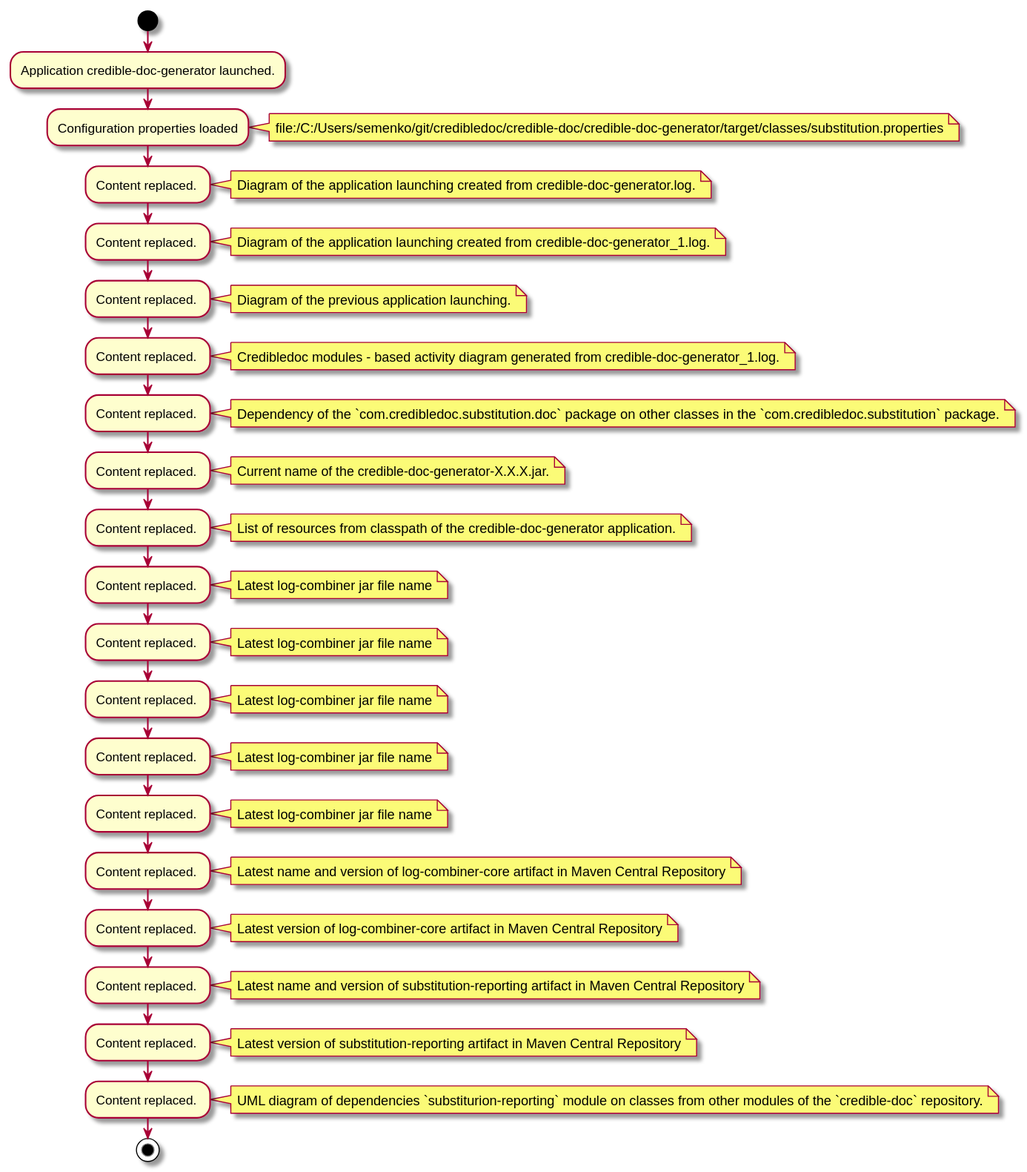
credibledoc/credible-doc keeps this PlantUML diagram as credible-doc-generator/doc/img/diagrams.md_2.svg. Above is the earlier version.
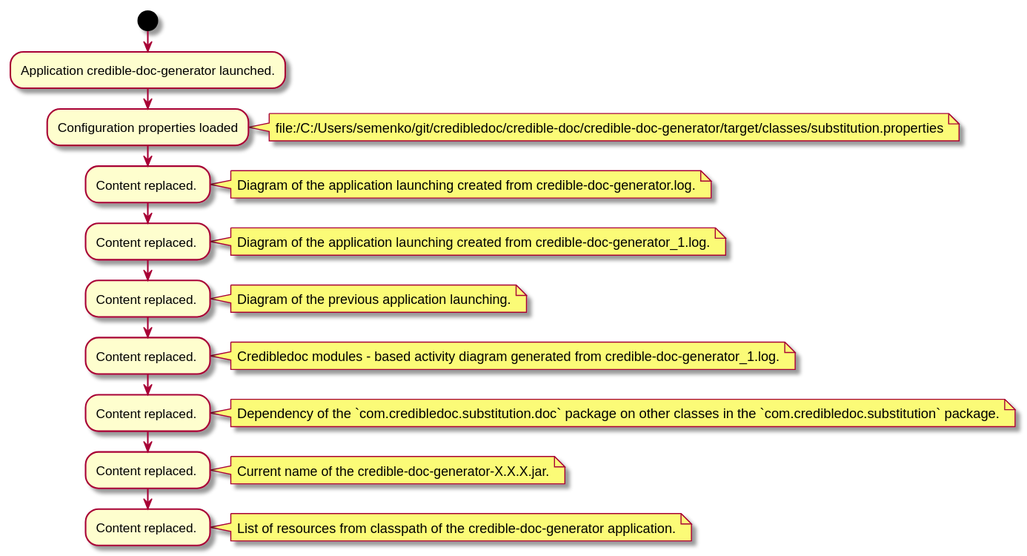
After the change.

What changed in the source:
```diff
@@ -42,56 +42,4 @@
 List of resources from classpath of the credible-doc-generator application.
 end note
 
-:Content replaced. ;
-note right
-Latest log-combiner jar file name
-end note
-
-:Content replaced. ;
-note right
-Latest log-combiner jar file name
-end note
-
-:Content replaced. ;
-note right
-Latest log-combiner jar file name
-end note
-
-:Content replaced. ;
-note right
-Latest log-combiner jar file name
-end note
-
-:Content replaced. ;
-note right
-Latest log-combiner jar file name
-end note
-
-:Content replaced. ;
-note right
-Latest name and version of log-combiner-core artifact in Maven Central Repository
-end note
-
-:Content replaced. ;
-note right
-Latest version of log-combiner-core artifact in Maven Central Repository
-end note
-
-:Content replaced. ;
-note right
-Latest name and version of substitution-reporting artifact in Maven Central Repository
-end note
-
-:Content replaced. ;
-note right
-Latest version of substitution-reporting artifact in Maven Central Repository
-end note
-
-:Content replaced. ;
-note right
-UML diagram of dependencies `substiturion-reporting` module on classes from other modules of the `credible-doc` repository.
-end note
-
-stop
-
 @enduml
```
